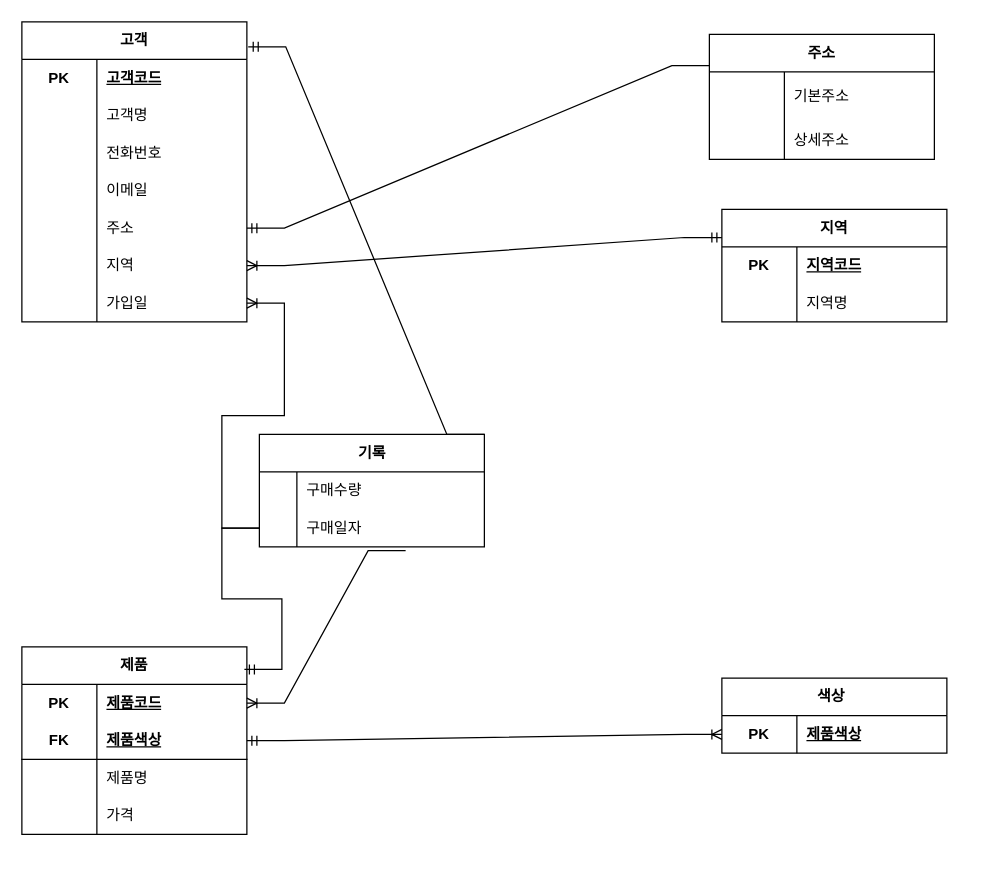
Before: page "릴레이션" (1 of 2) of 온라인전자상거래.drawio in Ksb123s/oraclesource, a draw.io diagram. Source tidied: cells renumbered, new cells numbered last; positions are measured from the earlier drawing's top-left corner, leaving out a move shared by most shapes. Both pictures are drawn from the tidied source at 125%, with x=0, y=0 at pixel (21, 21).
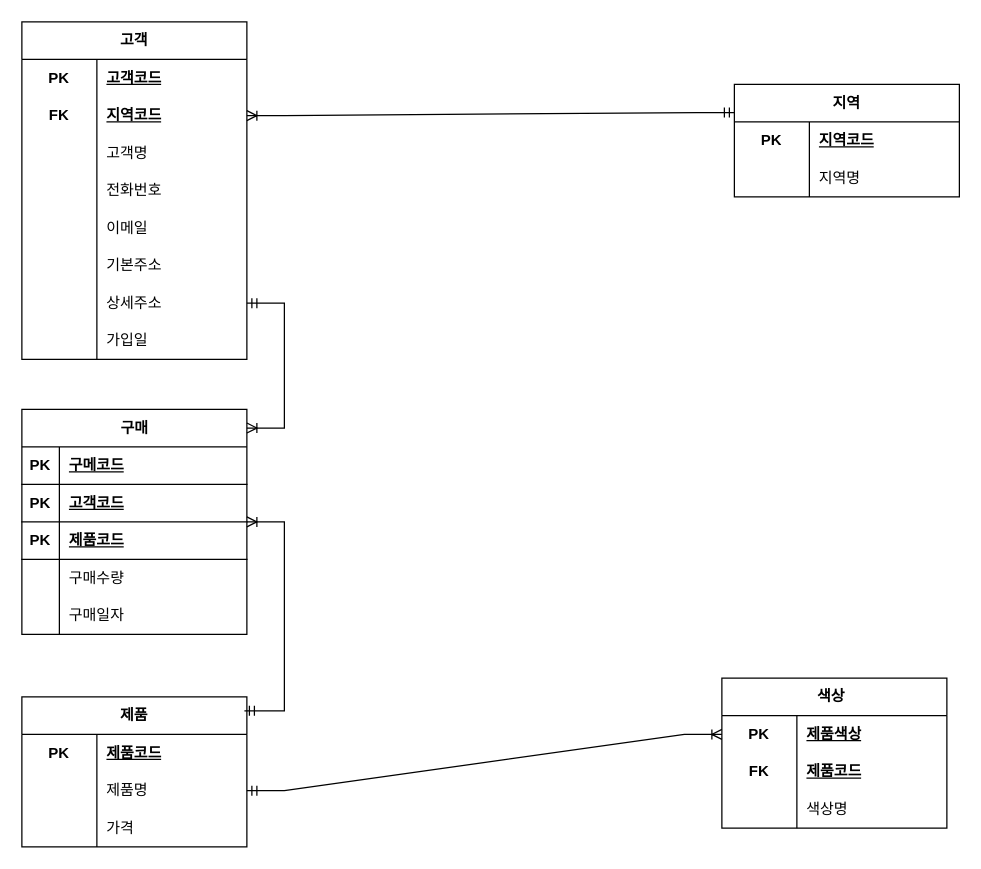
Above is the later version.

Commit message:
온라인전자상거래.drawio 업데이트

The change refers to these unchanged cells:
```xml
<mxCell id="41" style="shape=tableRow;horizontal=0;startSize=0;swimlaneHead=0;swimlaneBody=0;fillColor=none;points=[[0,0.5],[1,0.5]];portConstraint=eastwest;top=0;left=0;right=0;bottom=0;html=1;" parent="40" vertex="1">
  <mxGeometry y="30" width="180" height="30" as="geometry" />
</mxCell>
<mxCell id="46" style="shape=tableRow;horizontal=0;startSize=0;swimlaneHead=0;swimlaneBody=0;fillColor=none;points=[[0,0.5],[1,0.5]];portConstraint=eastwest;top=0;left=0;right=0;bottom=0;html=1;" parent="45" vertex="1">
  <mxGeometry y="30" width="180" height="30" as="geometry" />
</mxCell>
```

What changed in the source:
```diff
@@
     <mxCell id="2" value="고객" style="shape=table;startSize=30;childLayout=tableLayout;rowLines=0;fontStyle=1;align=center;html=1;whiteSpace=wrap;" parent="1" vertex="1">
-      <mxGeometry width="180" height="240" as="geometry" />
+      <mxGeometry width="180" height="270" as="geometry" />
     </mxCell>
@@
+    <mxCell id="69" style="shape=tableRow;horizontal=0;startSize=0;swimlaneHead=0;swimlaneBody=0;fillColor=none;points=[[0,0.5],[1,0.5]];portConstraint=eastwest;top=0;left=0;right=0;bottom=0;html=1;" parent="2" vertex="1">
+      <mxGeometry y="60" width="180" height="30" as="geometry" />
+    </mxCell>
+    <mxCell id="70" value="FK" style="shape=partialRectangle;fillColor=none;top=0;left=0;bottom=0;right=0;fontStyle=1;overflow=hidden;html=1;whiteSpace=wrap;" parent="69" vertex="1">
+      <mxGeometry width="60" height="30" as="geometry" />
+    </mxCell>
+    <mxCell id="71" value="지역코드" style="shape=partialRectangle;fillColor=none;top=0;left=0;bottom=0;right=0;align=left;spacingLeft=6;fontStyle=5;overflow=hidden;html=1;whiteSpace=wrap;" parent="69" vertex="1">
+      <mxGeometry x="60" width="120" height="30" as="geometry" />
+    </mxCell>
     <mxCell id="6" style="shape=tableRow;horizontal=0;startSize=0;swimlaneHead=0;swimlaneBody=0;fillColor=none;top=0;left=0;right=0;bottom=0;html=1;" parent="2" vertex="1">
-      <mxGeometry y="60" width="180" height="30" as="geometry" />
+      <mxGeometry y="90" width="180" height="30" as="geometry" />
     </mxCell>
@@
     <mxCell id="9" style="shape=tableRow;horizontal=0;startSize=0;swimlaneHead=0;swimlaneBody=0;fillColor=none;top=0;left=0;right=0;bottom=0;html=1;" parent="2" vertex="1">
-      <mxGeometry y="90" width="180" height="30" as="geometry" />
+      <mxGeometry y="120" width="180" height="30" as="geometry" />
     </mxCell>
@@
     <mxCell id="12" style="shape=tableRow;horizontal=0;startSize=0;swimlaneHead=0;swimlaneBody=0;fillColor=none;top=0;left=0;right=0;bottom=0;html=1;" parent="2" vertex="1">
-      <mxGeometry y="120" width="180" height="30" as="geometry" />
+      <mxGeometry y="150" width="180" height="30" as="geometry" />
     </mxCell>
@@
     <mxCell id="15" style="shape=tableRow;horizontal=0;startSize=0;swimlaneHead=0;swimlaneBody=0;fillColor=none;points=[[0,0.5],[1,0.5]];portConstraint=eastwest;top=0;left=0;right=0;bottom=0;html=1;" parent="2" vertex="1">
-      <mxGeometry y="150" width="180" height="30" as="geometry" />
+      <mxGeometry y="180" width="180" height="30" as="geometry" />
     </mxCell>
@@
-    <mxCell id="17" value="주소" style="shape=partialRectangle;fillColor=none;top=0;left=0;bottom=0;right=0;align=left;spacingLeft=6;overflow=hidden;html=1;whiteSpace=wrap;" parent="15" vertex="1">
+    <mxCell id="17" value="기본주소&lt;span style=&quot;white-space: pre;&quot;&gt;&#9;&lt;/span&gt;" style="shape=partialRectangle;fillColor=none;top=0;left=0;bottom=0;right=0;align=left;spacingLeft=6;overflow=hidden;html=1;whiteSpace=wrap;" parent="15" vertex="1">
       <mxGeometry x="60" width="120" height="30" as="geometry" />
     </mxCell>
     <mxCell id="18" style="shape=tableRow;horizontal=0;startSize=0;swimlaneHead=0;swimlaneBody=0;fillColor=none;points=[[0,0.5],[1,0.5]];portConstraint=eastwest;top=0;left=0;right=0;bottom=0;html=1;" parent="2" vertex="1">
-      <mxGeometry y="180" width="180" height="30" as="geometry" />
+      <mxGeometry y="210" width="180" height="30" as="geometry" />
     </mxCell>
@@
-    <mxCell id="20" value="지역" style="shape=partialRectangle;fillColor=none;top=0;left=0;bottom=0;right=0;align=left;spacingLeft=6;overflow=hidden;html=1;whiteSpace=wrap;" parent="18" vertex="1">
+    <mxCell id="20" value="상세주소" style="shape=partialRectangle;fillColor=none;top=0;left=0;bottom=0;right=0;align=left;spacingLeft=6;overflow=hidden;html=1;whiteSpace=wrap;" parent="18" vertex="1">
       <mxGeometry x="60" width="120" height="30" as="geometry" />
     </mxCell>
     <mxCell id="21" style="shape=tableRow;horizontal=0;startSize=0;swimlaneHead=0;swimlaneBody=0;fillColor=none;points=[[0,0.5],[1,0.5]];portConstraint=eastwest;top=0;left=0;right=0;bottom=0;html=1;" parent="2" vertex="1">
-      <mxGeometry y="210" width="180" height="30" as="geometry" />
+      <mxGeometry y="240" width="180" height="30" as="geometry" />
     </mxCell>
@@
     <mxCell id="24" value="지역" style="shape=table;startSize=30;childLayout=tableLayout;rowLines=0;fontStyle=1;align=center;html=1;whiteSpace=wrap;" parent="1" vertex="1">
-      <mxGeometry x="560" y="150" width="180" height="90" as="geometry" />
+      <mxGeometry x="570" y="50" width="180" height="90" as="geometry" />
     </mxCell>
@@
-    <mxCell id="31" value="주소" style="shape=table;startSize=30;childLayout=tableLayout;rowLines=0;fontStyle=1;align=center;html=1;whiteSpace=wrap;" parent="1" vertex="1">
-      <mxGeometry x="550" y="10" width="180" height="100" as="geometry" />
-    </mxCell>
-    <mxCell id="32" style="shape=tableRow;horizontal=0;startSize=0;swimlaneHead=0;swimlaneBody=0;fillColor=none;top=0;left=0;right=0;bottom=0;html=1;" parent="31" vertex="1">
-      <mxGeometry y="30" width="180" height="40" as="geometry" />
-    </mxCell>
-    <mxCell id="33" style="shape=partialRectangle;fillColor=none;top=0;left=0;bottom=0;right=0;overflow=hidden;html=1;whiteSpace=wrap;" parent="32" vertex="1">
-      <mxGeometry width="60" height="40" as="geometry" />
-    </mxCell>
-    <mxCell id="34" value="기본주소" style="shape=partialRectangle;fillColor=none;top=0;left=0;bottom=0;right=0;align=left;spacingLeft=6;overflow=hidden;html=1;whiteSpace=wrap;" parent="32" vertex="1">
-      <mxGeometry x="60" width="120" height="40" as="geometry" />
-    </mxCell>
-    <mxCell id="35" style="shape=tableRow;horizontal=0;startSize=0;swimlaneHead=0;swimlaneBody=0;fillColor=none;top=0;left=0;right=0;bottom=0;html=1;" parent="31" vertex="1">
-      <mxGeometry y="70" width="180" height="30" as="geometry" />
-    </mxCell>
-    <mxCell id="36" style="shape=partialRectangle;fillColor=none;top=0;left=0;bottom=0;right=0;overflow=hidden;html=1;whiteSpace=wrap;" parent="35" vertex="1">
-      <mxGeometry width="60" height="30" as="geometry" />
-    </mxCell>
-    <mxCell id="37" value="상세주소" style="shape=partialRectangle;fillColor=none;top=0;left=0;bottom=0;right=0;align=left;spacingLeft=6;overflow=hidden;html=1;whiteSpace=wrap;" parent="35" vertex="1">
-      <mxGeometry x="60" width="120" height="30" as="geometry" />
-    </mxCell>
-    <mxCell id="38" style="edgeStyle=entityRelationEdgeStyle;fontSize=12;html=1;endArrow=ERoneToMany;startArrow=ERmandOne;rounded=0;entryX=1;entryY=0.5;entryDx=0;entryDy=0;exitX=0;exitY=0.25;exitDx=0;exitDy=0;" parent="1" edge="1" source="24" target="18">
+    <mxCell id="38" style="edgeStyle=entityRelationEdgeStyle;fontSize=12;html=1;endArrow=ERoneToMany;startArrow=ERmandOne;rounded=0;entryX=1;entryY=0.5;entryDx=0;entryDy=0;exitX=0;exitY=0.25;exitDx=0;exitDy=0;" parent="1" edge="1" source="24" target="69">
       <mxGeometry relative="1" as="geometry" />
     </mxCell>
-    <mxCell id="39" style="edgeStyle=entityRelationEdgeStyle;fontSize=12;html=1;endArrow=ERmandOne;rounded=0;exitX=0;exitY=0.25;exitDx=0;exitDy=0;entryX=1;entryY=0.5;entryDx=0;entryDy=0;" parent="1" edge="1" source="31" target="15">
-      <mxGeometry relative="1" as="geometry" />
-    </mxCell>
     <mxCell id="40" value="색상&lt;span style=&quot;white-space: pre;&quot;&gt;&#9;&lt;/span&gt;" style="shape=table;startSize=30;childLayout=tableLayout;rowLines=0;fontStyle=1;align=center;html=1;whiteSpace=wrap;" parent="1" vertex="1">
-      <mxGeometry x="560" y="525" width="180" height="60" as="geometry" />
+      <mxGeometry x="560" y="525" width="180" height="120" as="geometry" />
     </mxCell>
@@
+    <mxCell id="72" style="shape=tableRow;horizontal=0;startSize=0;swimlaneHead=0;swimlaneBody=0;fillColor=none;top=0;left=0;right=0;bottom=0;html=1;" parent="40" vertex="1">
+      <mxGeometry y="60" width="180" height="30" as="geometry" />
+    </mxCell>
+    <mxCell id="73" value="FK" style="shape=partialRectangle;fillColor=none;top=0;left=0;bottom=0;right=0;fontStyle=1;overflow=hidden;html=1;whiteSpace=wrap;" parent="72" vertex="1">
+      <mxGeometry width="60" height="30" as="geometry" />
+    </mxCell>
+    <mxCell id="74" value="제품코드" style="shape=partialRectangle;fillColor=none;top=0;left=0;bottom=0;right=0;align=left;spacingLeft=6;fontStyle=5;overflow=hidden;html=1;whiteSpace=wrap;" parent="72" vertex="1">
+      <mxGeometry x="60" width="120" height="30" as="geometry" />
+    </mxCell>
+    <mxCell id="75" style="shape=tableRow;horizontal=0;startSize=0;swimlaneHead=0;swimlaneBody=0;fillColor=none;top=0;left=0;right=0;bottom=0;" parent="40" vertex="1">
+      <mxGeometry y="90" width="180" height="30" as="geometry" />
+    </mxCell>
+    <mxCell id="76" style="shape=partialRectangle;fillColor=none;top=0;left=0;bottom=0;right=0;overflow=hidden;whiteSpace=wrap;html=1;" parent="75" vertex="1">
+      <mxGeometry width="60" height="30" as="geometry" />
+    </mxCell>
+    <mxCell id="77" value="색상명" style="shape=partialRectangle;fillColor=none;top=0;left=0;bottom=0;right=0;align=left;spacingLeft=6;overflow=hidden;whiteSpace=wrap;html=1;" parent="75" vertex="1">
+      <mxGeometry x="60" width="120" height="30" as="geometry" />
+    </mxCell>
-    <mxCell id="44" style="edgeStyle=entityRelationEdgeStyle;fontSize=12;html=1;endArrow=ERoneToMany;startArrow=ERmandOne;rounded=0;exitX=1;exitY=0.5;exitDx=0;exitDy=0;entryX=0;entryY=0.5;entryDx=0;entryDy=0;" parent="1" edge="1" source="49" target="41">
-      <mxGeometry relative="1" as="geometry" />
+    <mxCell id="44" style="edgeStyle=entityRelationEdgeStyle;fontSize=12;html=1;endArrow=ERoneToMany;startArrow=ERmandOne;rounded=0;exitX=1;exitY=0.5;exitDx=0;exitDy=0;entryX=0;entryY=0.5;entryDx=0;entryDy=0;" parent="1" edge="1" target="41">
+      <mxGeometry relative="1" as="geometry">
+        <mxPoint x="180" y="615" as="sourcePoint" />
+      </mxGeometry>
     </mxCell>
+    <mxCell id="58" value="구매" style="shape=table;startSize=30;childLayout=tableLayout;rowLines=0;fontStyle=1;align=center;html=1;" parent="1" vertex="1">
+      <mxGeometry y="310" width="180" height="180" as="geometry" />
+    </mxCell>
+    <mxCell id="78" style="shape=tableRow;horizontal=0;startSize=0;swimlaneHead=0;swimlaneBody=0;fillColor=none;top=0;left=0;right=0;bottom=1;" parent="58" vertex="1">
+      <mxGeometry y="30" width="180" height="30" as="geometry" />
+    </mxCell>
+    <mxCell id="79" value="PK" style="shape=partialRectangle;fillColor=none;top=0;left=0;bottom=0;right=0;fontStyle=1;overflow=hidden;whiteSpace=wrap;html=1;" parent="78" vertex="1">
+      <mxGeometry width="30" height="30" as="geometry" />
+    </mxCell>
+    <mxCell id="80" value="구메코드" style="shape=partialRectangle;fillColor=none;top=0;left=0;bottom=0;right=0;align=left;spacingLeft=6;fontStyle=5;overflow=hidden;whiteSpace=wrap;html=1;" parent="78" vertex="1">
+      <mxGeometry x="30" width="150" height="30" as="geometry" />
+    </mxCell>
+    <mxCell id="81" style="shape=tableRow;horizontal=0;startSize=0;swimlaneHead=0;swimlaneBody=0;fillColor=none;top=0;left=0;right=0;bottom=1;" parent="58" vertex="1">
+      <mxGeometry y="60" width="180" height="30" as="geometry" />
+    </mxCell>
+    <mxCell id="82" value="PK" style="shape=partialRectangle;fillColor=none;top=0;left=0;bottom=0;right=0;fontStyle=1;overflow=hidden;whiteSpace=wrap;html=1;" parent="81" vertex="1">
+      <mxGeometry width="30" height="30" as="geometry" />
+    </mxCell>
+    <mxCell id="83" value="고객코드" style="shape=partialRectangle;fillColor=none;top=0;left=0;bottom=0;right=0;align=left;spacingLeft=6;fontStyle=5;overflow=hidden;whiteSpace=wrap;html=1;" parent="81" vertex="1">
+      <mxGeometry x="30" width="150" height="30" as="geometry" />
+    </mxCell>
+    <mxCell id="84" style="shape=tableRow;horizontal=0;startSize=0;swimlaneHead=0;swimlaneBody=0;fillColor=none;top=0;left=0;right=0;bottom=1;" parent="58" vertex="1">
+      <mxGeometry y="90" width="180" height="30" as="geometry" />
+    </mxCell>
+    <mxCell id="85" value="PK" style="shape=partialRectangle;fillColor=none;top=0;left=0;bottom=0;right=0;fontStyle=1;overflow=hidden;whiteSpace=wrap;html=1;" parent="84" vertex="1">
+      <mxGeometry width="30" height="30" as="geometry" />
+    </mxCell>
+    <mxCell id="86" value="제품코드" style="shape=partialRectangle;fillColor=none;top=0;left=0;bottom=0;right=0;align=left;spacingLeft=6;fontStyle=5;overflow=hidden;whiteSpace=wrap;html=1;" parent="84" vertex="1">
+      <mxGeometry x="30" width="150" height="30" as="geometry" />
+    </mxCell>
+    <mxCell id="59" style="shape=tableRow;horizontal=0;startSize=0;swimlaneHead=0;swimlaneBody=0;fillColor=none;top=0;left=0;right=0;bottom=0;" parent="58" vertex="1">
+      <mxGeometry y="120" width="180" height="30" as="geometry" />
+    </mxCell>
+    <mxCell id="60" style="shape=partialRectangle;fillColor=none;top=0;left=0;bottom=0;right=0;overflow=hidden;whiteSpace=wrap;html=1;" parent="59" vertex="1">
+      <mxGeometry width="30" height="30" as="geometry" />
+    </mxCell>
+    <mxCell id="61" value="구매수량" style="shape=partialRectangle;fillColor=none;top=0;left=0;bottom=0;right=0;align=left;spacingLeft=6;overflow=hidden;whiteSpace=wrap;html=1;" parent="59" vertex="1">
+      <mxGeometry x="30" width="150" height="30" as="geometry" />
+    </mxCell>
+    <mxCell id="62" style="shape=tableRow;horizontal=0;startSize=0;swimlaneHead=0;swimlaneBody=0;fillColor=none;points=[[0,0.5],[1,0.5]];portConstraint=eastwest;top=0;left=0;right=0;bottom=0;" parent="58" vertex="1">
+      <mxGeometry y="150" width="180" height="30" as="geometry" />
+    </mxCell>
+    <mxCell id="63" style="shape=partialRectangle;fillColor=none;top=0;left=0;bottom=0;right=0;overflow=hidden;whiteSpace=wrap;html=1;" parent="62" vertex="1">
+      <mxGeometry width="30" height="30" as="geometry" />
+    </mxCell>
+    <mxCell id="64" value="구매일자" style="shape=partialRectangle;fillColor=none;top=0;left=0;bottom=0;right=0;align=left;spacingLeft=6;overflow=hidden;whiteSpace=wrap;html=1;" parent="62" vertex="1">
+      <mxGeometry x="30" width="150" height="30" as="geometry" />
+    </mxCell>
     <mxCell id="45" value="제품" style="shape=table;startSize=30;childLayout=tableLayout;rowLines=0;fontStyle=1;align=center;html=1;whiteSpace=wrap;" parent="1" vertex="1">
-      <mxGeometry y="500" width="180" height="150" as="geometry" />
+      <mxGeometry y="540" width="180" height="120" as="geometry" />
     </mxCell>
@@
-    <mxCell id="49" style="shape=tableRow;horizontal=0;startSize=0;swimlaneHead=0;swimlaneBody=0;fillColor=none;points=[[0,0.5],[1,0.5]];portConstraint=eastwest;top=0;left=0;right=0;bottom=1;html=1;" parent="45" vertex="1">
-      <mxGeometry y="60" width="180" height="30" as="geometry" />
-    </mxCell>
-    <mxCell id="50" value="FK" style="shape=partialRectangle;fillColor=none;top=0;left=0;bottom=0;right=0;fontStyle=1;overflow=hidden;html=1;whiteSpace=wrap;" parent="49" vertex="1">
-      <mxGeometry width="60" height="30" as="geometry" />
-    </mxCell>
-    <mxCell id="51" value="제품색상" style="shape=partialRectangle;fillColor=none;top=0;left=0;bottom=0;right=0;align=left;spacingLeft=6;fontStyle=5;overflow=hidden;html=1;whiteSpace=wrap;" parent="49" vertex="1">
-      <mxGeometry x="60" width="120" height="30" as="geometry" />
-    </mxCell>
     <mxCell id="52" style="shape=tableRow;horizontal=0;startSize=0;swimlaneHead=0;swimlaneBody=0;fillColor=none;top=0;left=0;right=0;bottom=0;html=1;" parent="45" vertex="1">
-      <mxGeometry y="90" width="180" height="30" as="geometry" />
+      <mxGeometry y="60" width="180" height="30" as="geometry" />
     </mxCell>
@@
     <mxCell id="55" style="shape=tableRow;horizontal=0;startSize=0;swimlaneHead=0;swimlaneBody=0;fillColor=none;top=0;left=0;right=0;bottom=0;html=1;" parent="45" vertex="1">
-      <mxGeometry y="120" width="180" height="30" as="geometry" />
+      <mxGeometry y="90" width="180" height="30" as="geometry" />
     </mxCell>
@@
-    <mxCell id="58" value="기록" style="shape=table;startSize=30;childLayout=tableLayout;rowLines=0;fontStyle=1;align=center;html=1;" parent="1" vertex="1">
-      <mxGeometry x="190" y="330" width="180" height="90" as="geometry" />
-    </mxCell>
-    <mxCell id="59" style="shape=tableRow;horizontal=0;startSize=0;swimlaneHead=0;swimlaneBody=0;fillColor=none;top=0;left=0;right=0;bottom=0;" parent="58" vertex="1">
-      <mxGeometry y="30" width="180" height="30" as="geometry" />
-    </mxCell>
-    <mxCell id="60" style="shape=partialRectangle;fillColor=none;top=0;left=0;bottom=0;right=0;overflow=hidden;whiteSpace=wrap;html=1;" parent="59" vertex="1">
-      <mxGeometry width="30" height="30" as="geometry" />
-    </mxCell>
-    <mxCell id="61" value="구매수량" style="shape=partialRectangle;fillColor=none;top=0;left=0;bottom=0;right=0;align=left;spacingLeft=6;overflow=hidden;whiteSpace=wrap;html=1;" parent="59" vertex="1">
-      <mxGeometry x="30" width="150" height="30" as="geometry" />
-    </mxCell>
-    <mxCell id="62" style="shape=tableRow;horizontal=0;startSize=0;swimlaneHead=0;swimlaneBody=0;fillColor=none;points=[[0,0.5],[1,0.5]];portConstraint=eastwest;top=0;left=0;right=0;bottom=0;" parent="58" vertex="1">
-      <mxGeometry y="60" width="180" height="30" as="geometry" />
-    </mxCell>
-    <mxCell id="63" style="shape=partialRectangle;fillColor=none;top=0;left=0;bottom=0;right=0;overflow=hidden;whiteSpace=wrap;html=1;" parent="62" vertex="1">
-      <mxGeometry width="30" height="30" as="geometry" />
-    </mxCell>
-    <mxCell id="64" value="구매일자" style="shape=partialRectangle;fillColor=none;top=0;left=0;bottom=0;right=0;align=left;spacingLeft=6;overflow=hidden;whiteSpace=wrap;html=1;" parent="62" vertex="1">
-      <mxGeometry x="30" width="150" height="30" as="geometry" />
-    </mxCell>
-    <mxCell id="65" style="edgeStyle=entityRelationEdgeStyle;fontSize=12;html=1;endArrow=ERmandOne;rounded=0;entryX=0.989;entryY=0.12;entryDx=0;entryDy=0;entryPerimeter=0;exitX=0;exitY=0.5;exitDx=0;exitDy=0;" parent="1" edge="1" source="62" target="45">
-      <mxGeometry relative="1" as="geometry">
-        <Array as="points">
-          <mxPoint x="420" y="440" />
-        </Array>
-      </mxGeometry>
-    </mxCell>
-    <mxCell id="66" style="edgeStyle=entityRelationEdgeStyle;fontSize=12;html=1;endArrow=ERoneToMany;rounded=0;exitX=0;exitY=0.5;exitDx=0;exitDy=0;entryX=1;entryY=0.5;entryDx=0;entryDy=0;" parent="1" edge="1" source="62" target="21">
-      <mxGeometry relative="1" as="geometry" />
-    </mxCell>
-    <mxCell id="67" style="edgeStyle=entityRelationEdgeStyle;fontSize=12;html=1;endArrow=ERmandOne;rounded=0;entryX=1.006;entryY=0.083;entryDx=0;entryDy=0;entryPerimeter=0;exitX=1;exitY=0;exitDx=0;exitDy=0;" parent="1" edge="1" source="58" target="2">
-      <mxGeometry relative="1" as="geometry">
-        <Array as="points">
-          <mxPoint x="370" y="340" />
-        </Array>
-      </mxGeometry>
-    </mxCell>
-    <mxCell id="68" style="edgeStyle=entityRelationEdgeStyle;fontSize=12;html=1;endArrow=ERoneToMany;rounded=0;entryX=1;entryY=0.5;entryDx=0;entryDy=0;exitX=0.65;exitY=1.1;exitDx=0;exitDy=0;exitPerimeter=0;" parent="1" edge="1" source="62" target="46">
-      <mxGeometry relative="1" as="geometry" />
-    </mxCell>
+    <mxCell id="87" style="edgeStyle=entityRelationEdgeStyle;fontSize=12;html=1;endArrow=ERoneToMany;startArrow=ERmandOne;rounded=0;exitX=1;exitY=0.5;exitDx=0;exitDy=0;entryX=1;entryY=0.083;entryDx=0;entryDy=0;entryPerimeter=0;" parent="1" edge="1" source="18" target="58">
+      <mxGeometry relative="1" as="geometry" />
+    </mxCell>
+    <mxCell id="88" style="edgeStyle=entityRelationEdgeStyle;fontSize=12;html=1;endArrow=ERoneToMany;startArrow=ERmandOne;rounded=0;exitX=0.989;exitY=0.093;exitDx=0;exitDy=0;exitPerimeter=0;" parent="1" edge="1" source="45" target="58">
+      <mxGeometry relative="1" as="geometry" />
+    </mxCell>
```
